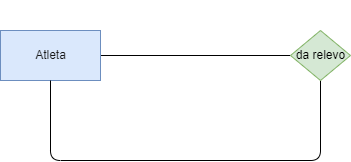
aguemarrero/base-datos keeps this draw.io diagram as tareas/tarea-1/images/ejercicio5.drawio.png. Above is the earlier version. Source tidied: cells renumbered, new cells last; positions are measured from the earlier drawing's top-left corner, leaving out a move shared by most shapes.
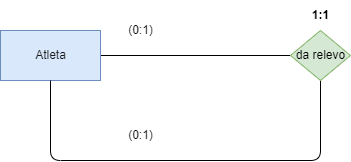
Later version of the same file.

Diff of the diagram source:
```diff
@@ -20,13 +20,13 @@
     <mxCell id="5" value="&lt;font color=&quot;#000000&quot;&gt;da relevo&lt;/font&gt;" style="shape=rhombus;html=1;dashed=0;whitespace=wrap;perimeter=rhombusPerimeter;fillColor=#d5e8d4;strokeColor=#82b366;" parent="1" vertex="1">
       <mxGeometry x="290" y="30" width="60" height="50" as="geometry" />
     </mxCell>
-    <mxCell id="6" value="&lt;font color=&quot;#ffffff&quot;&gt;(0:1)&lt;/font&gt;" style="text;html=1;align=center;verticalAlign=middle;strokeColor=none;fillColor=none;fontColor=#000000;" parent="1" vertex="1">
+    <mxCell id="6" value="(0:1)" style="text;html=1;align=center;verticalAlign=middle;strokeColor=none;fillColor=none;fontColor=#000000;" parent="1" vertex="1">
       <mxGeometry x="115" y="15" width="50" height="30" as="geometry" />
     </mxCell>
-    <mxCell id="7" value="&lt;font color=&quot;#ffffff&quot;&gt;&lt;b&gt;1:1&lt;/b&gt;&lt;/font&gt;" style="text;html=1;align=center;verticalAlign=middle;strokeColor=none;fillColor=none;fontColor=#000000;" parent="1" vertex="1">
+    <mxCell id="7" value="&lt;b style=&quot;&quot;&gt;1:1&lt;/b&gt;" style="text;html=1;align=center;verticalAlign=middle;strokeColor=none;fillColor=none;fontColor=#000000;" parent="1" vertex="1">
       <mxGeometry x="300" width="40" height="30" as="geometry" />
     </mxCell>
-    <mxCell id="8" value="&lt;font color=&quot;#ffffff&quot;&gt;(0:1)&lt;/font&gt;" style="text;html=1;align=center;verticalAlign=middle;strokeColor=none;fillColor=none;fontColor=#000000;" parent="1" vertex="1">
+    <mxCell id="8" value="(0:1)" style="text;html=1;align=center;verticalAlign=middle;strokeColor=none;fillColor=none;fontColor=#000000;" parent="1" vertex="1">
       <mxGeometry x="115" y="120" width="50" height="30" as="geometry" />
     </mxCell>
   </root>
```
